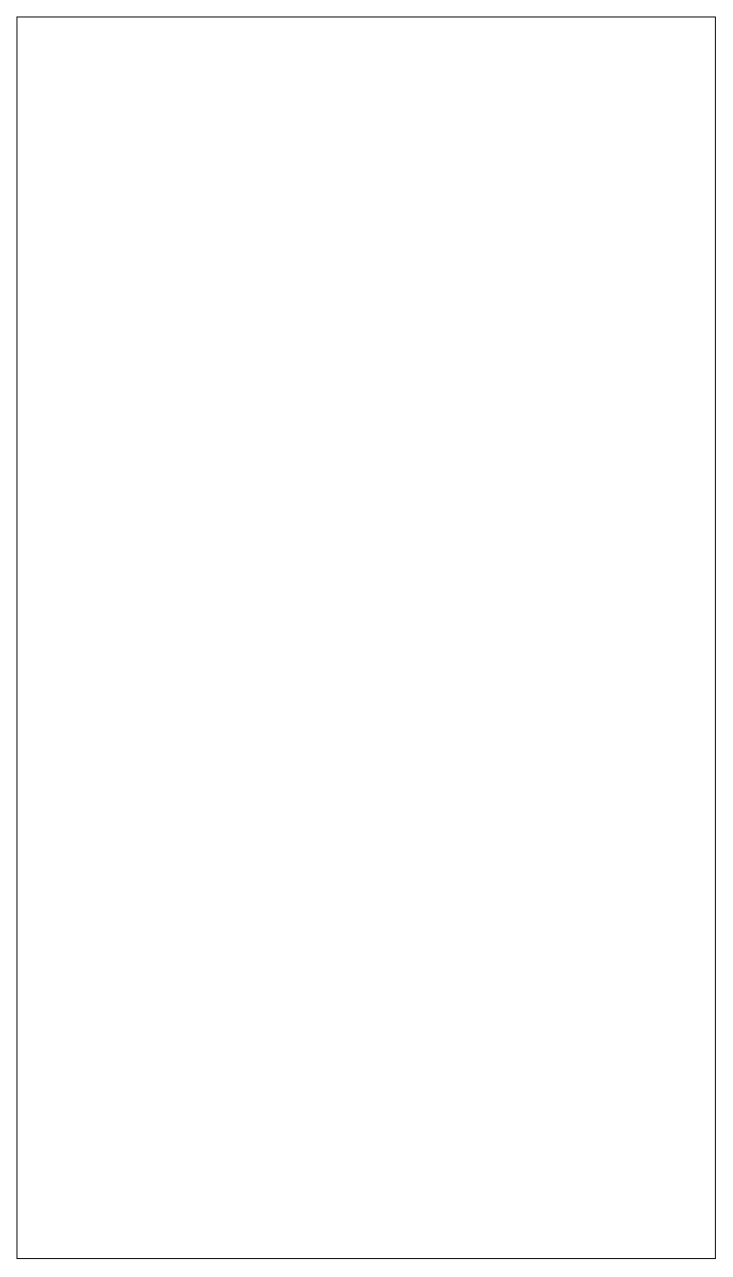
This is page "MOBILE" (2 of 2) of Untitled Diagram.drawio from MikkoPet/MikkoPet-MikkoPet.github.io, a draw.io file, before an edit. Source tidied: cells renumbered, new cells numbered last; positions are measured from the earlier drawing's top-left corner, leaving out a move shared by most shapes. Both pictures are drawn from the tidied source at 97%, with x=0, y=0 at pixel (16, 16).
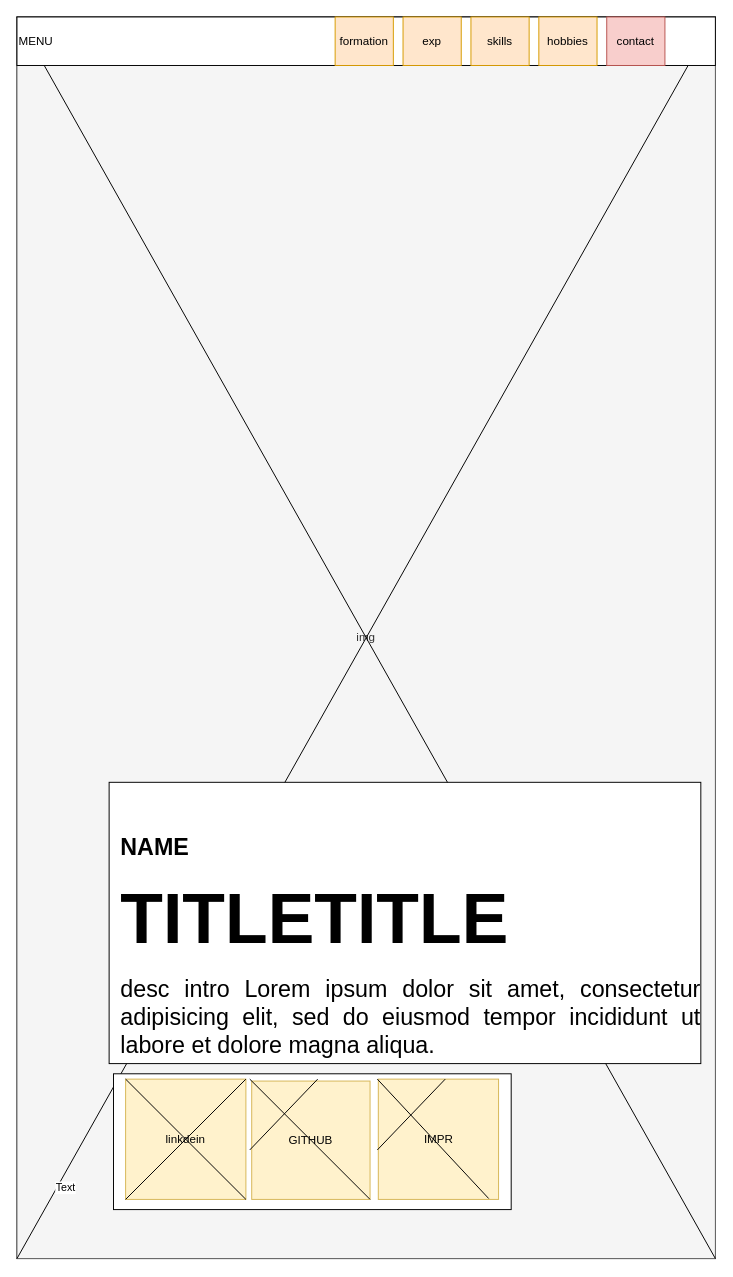
The same page after the edit.

Commit message:
docs: started home page of the mobile ver wireframe

What changed in the source:
```diff
@@
+    <mxCell id="3" value="img" style="rounded=0;whiteSpace=wrap;html=1;fillColor=#f5f5f5;fontColor=#333333;strokeColor=#666666;" parent="1" vertex="1">
+      <mxGeometry width="720" height="1280" as="geometry" />
+    </mxCell>
+    <mxCell id="4" style="endArrow=none;html=1;rounded=0;entryX=1;entryY=0;entryDx=0;entryDy=0;exitX=0;exitY=1;exitDx=0;exitDy=0;" parent="1" edge="1" source="3" target="3">
+      <mxGeometry relative="1" as="geometry" />
+    </mxCell>
+    <mxCell id="5" value="Text" style="edgeLabel;html=1;align=center;verticalAlign=middle;" parent="4" vertex="1">
+      <mxGeometry x="-0.88" y="-6" relative="1" as="geometry">
+        <mxPoint x="1" as="offset" />
+      </mxGeometry>
+    </mxCell>
+    <mxCell id="6" style="endArrow=none;html=1;rounded=0;entryX=0;entryY=0;entryDx=0;entryDy=0;exitX=1;exitY=1;exitDx=0;exitDy=0;" parent="1" edge="1" source="3" target="3">
+      <mxGeometry relative="1" as="geometry" />
+    </mxCell>
+    <mxCell id="7" style="rounded=0;whiteSpace=wrap;html=1;" parent="1" vertex="1">
+      <mxGeometry x="95" y="789" width="610" height="290" as="geometry" />
+    </mxCell>
+    <mxCell id="8" value="&lt;h1 style=&quot;margin-top: 0px;&quot;&gt;NAME&lt;br&gt;&lt;/h1&gt;&lt;h1 style=&quot;margin-top: 0px;&quot;&gt;&lt;font style=&quot;font-size: 72px;&quot;&gt;TITLETITLE&lt;/font&gt;&lt;/h1&gt;&lt;p align=&quot;justify&quot;&gt;&lt;font style=&quot;font-size: 24px;&quot;&gt;desc intro Lorem ipsum dolor sit amet, consectetur adipisicing elit, sed do eiusmod tempor incididunt ut labore et dolore magna aliqua.&lt;/font&gt;&lt;/p&gt;" style="text;html=1;whiteSpace=wrap;overflow=hidden;rounded=0;" parent="1" vertex="1">
+      <mxGeometry x="105" y="835" width="600" height="350" as="geometry" />
+    </mxCell>
+    <mxCell id="9" style="rounded=0;whiteSpace=wrap;html=1;rotation=90;" parent="1" vertex="1">
+      <mxGeometry x="234.5" y="954.5" width="140" height="410" as="geometry" />
+    </mxCell>
+    <mxCell id="10" value="linkdein" style="rounded=0;whiteSpace=wrap;html=1;fillColor=#fff2cc;strokeColor=#d6b656;" parent="1" vertex="1">
+      <mxGeometry x="112" y="1095" width="124" height="124" as="geometry" />
+    </mxCell>
+    <mxCell id="11" value="GITHUB" style="rounded=0;whiteSpace=wrap;html=1;fillColor=#fff2cc;strokeColor=#d6b656;" parent="1" vertex="1">
+      <mxGeometry x="242" y="1097" width="122" height="122" as="geometry" />
+    </mxCell>
+    <mxCell id="12" value="IMPR" style="rounded=0;whiteSpace=wrap;html=1;fillColor=#fff2cc;strokeColor=#d6b656;" parent="1" vertex="1">
+      <mxGeometry x="372.5" y="1095" width="124" height="124" as="geometry" />
+    </mxCell>
+    <mxCell id="13" style="endArrow=none;html=1;rounded=0;entryX=1;entryY=0;entryDx=0;entryDy=0;exitX=0;exitY=1;exitDx=0;exitDy=0;" parent="1" edge="1" source="10" target="10">
+      <mxGeometry relative="1" as="geometry" />
+    </mxCell>
+    <mxCell id="14" style="endArrow=none;html=1;rounded=0;entryX=0;entryY=0;entryDx=0;entryDy=0;exitX=1;exitY=1;exitDx=0;exitDy=0;" parent="1" edge="1" source="10" target="10">
+      <mxGeometry relative="1" as="geometry" />
+    </mxCell>
+    <mxCell id="15" style="endArrow=none;html=1;rounded=0;entryX=1;entryY=0;entryDx=0;entryDy=0;" parent="1" edge="1">
+      <mxGeometry relative="1" as="geometry">
+        <mxPoint x="240" y="1168" as="sourcePoint" />
+        <mxPoint x="310" y="1095" as="targetPoint" />
+      </mxGeometry>
+    </mxCell>
+    <mxCell id="16" style="endArrow=none;html=1;rounded=0;entryX=0;entryY=0;entryDx=0;entryDy=0;exitX=1;exitY=1;exitDx=0;exitDy=0;" parent="1" edge="1" source="11">
+      <mxGeometry relative="1" as="geometry">
+        <mxPoint x="240" y="1095" as="targetPoint" />
+      </mxGeometry>
+    </mxCell>
+    <mxCell id="17" style="endArrow=none;html=1;rounded=0;entryX=1;entryY=0;entryDx=0;entryDy=0;" parent="1" edge="1">
+      <mxGeometry relative="1" as="geometry">
+        <mxPoint x="371.5" y="1168" as="sourcePoint" />
+        <mxPoint x="441.5" y="1095" as="targetPoint" />
+      </mxGeometry>
+    </mxCell>
+    <mxCell id="18" style="endArrow=none;html=1;rounded=0;entryX=0;entryY=0;entryDx=0;entryDy=0;exitX=0.918;exitY=0.993;exitDx=0;exitDy=0;exitPerimeter=0;" parent="1" edge="1" source="12">
+      <mxGeometry relative="1" as="geometry">
+        <mxPoint x="371.5" y="1095" as="targetPoint" />
+      </mxGeometry>
+    </mxCell>
+    <mxCell id="19" value="&lt;div align=&quot;left&quot;&gt;MENU&lt;/div&gt;" style="rounded=0;whiteSpace=wrap;html=1;align=left;" parent="1" vertex="1">
+      <mxGeometry width="720" height="50" as="geometry" />
+    </mxCell>
+    <mxCell id="20" value="formation" style="rounded=0;whiteSpace=wrap;html=1;fillColor=#ffe6cc;strokeColor=#d79b00;" parent="1" vertex="1">
+      <mxGeometry x="328" width="60" height="50" as="geometry" />
+    </mxCell>
+    <mxCell id="21" value="exp" style="rounded=0;whiteSpace=wrap;html=1;fillColor=#ffe6cc;strokeColor=#d79b00;" parent="1" vertex="1">
+      <mxGeometry x="398" width="60" height="50" as="geometry" />
+    </mxCell>
+    <mxCell id="22" value="skills" style="rounded=0;whiteSpace=wrap;html=1;fillColor=#ffe6cc;strokeColor=#d79b00;" parent="1" vertex="1">
+      <mxGeometry x="468" width="60" height="50" as="geometry" />
+    </mxCell>
+    <mxCell id="23" value="hobbies" style="rounded=0;whiteSpace=wrap;html=1;fillColor=#ffe6cc;strokeColor=#d79b00;" parent="1" vertex="1">
+      <mxGeometry x="538" width="60" height="50" as="geometry" />
+    </mxCell>
+    <mxCell id="24" value="contact" style="rounded=0;whiteSpace=wrap;html=1;fillColor=#f8cecc;strokeColor=#b85450;" parent="1" vertex="1">
+      <mxGeometry x="608" width="60" height="50" as="geometry" />
+    </mxCell>
```
